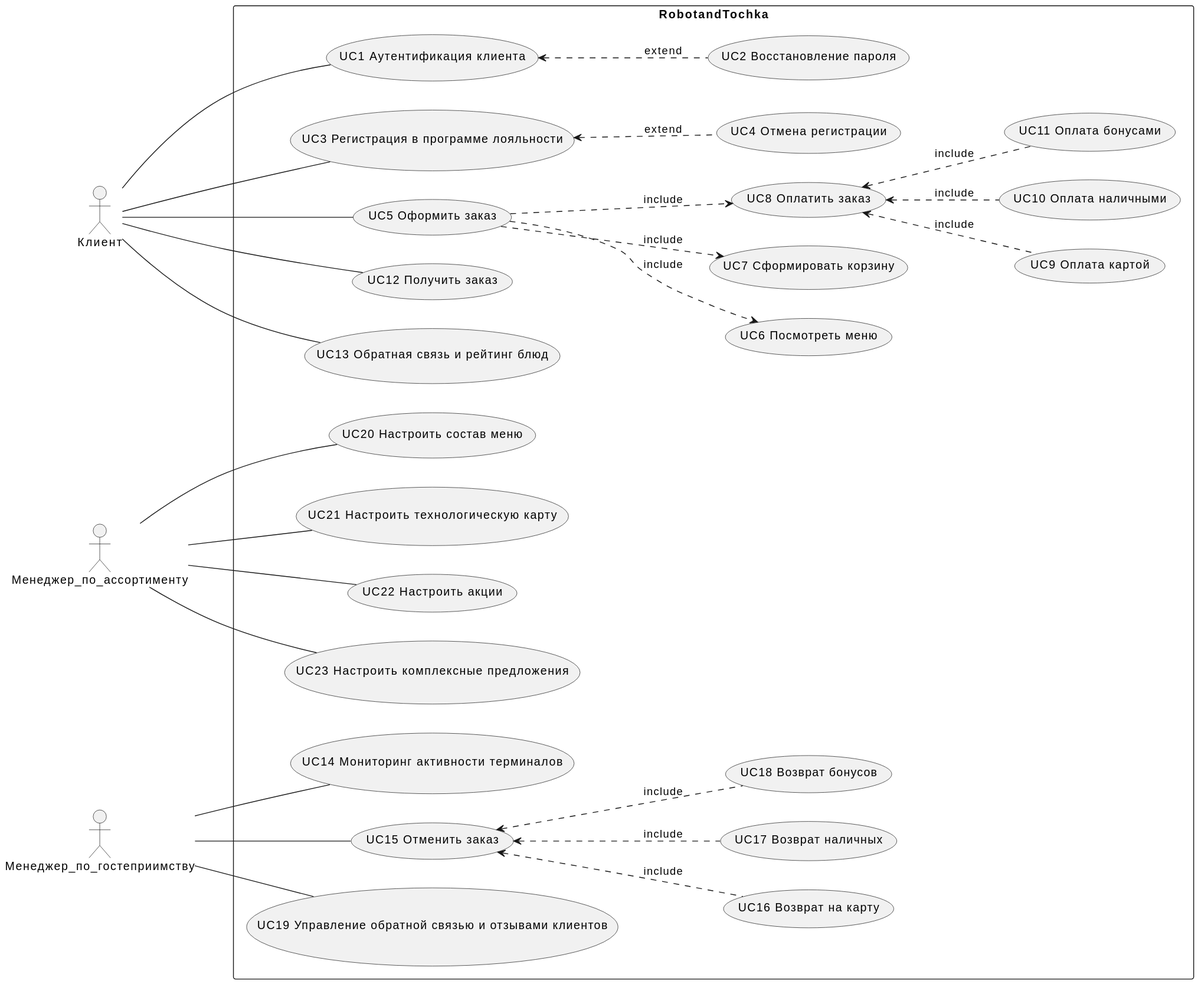
The PlantUML diagram docs/diagrams/include/UC.svg in xxx996/OTUS_Restaraunt, before a commit.
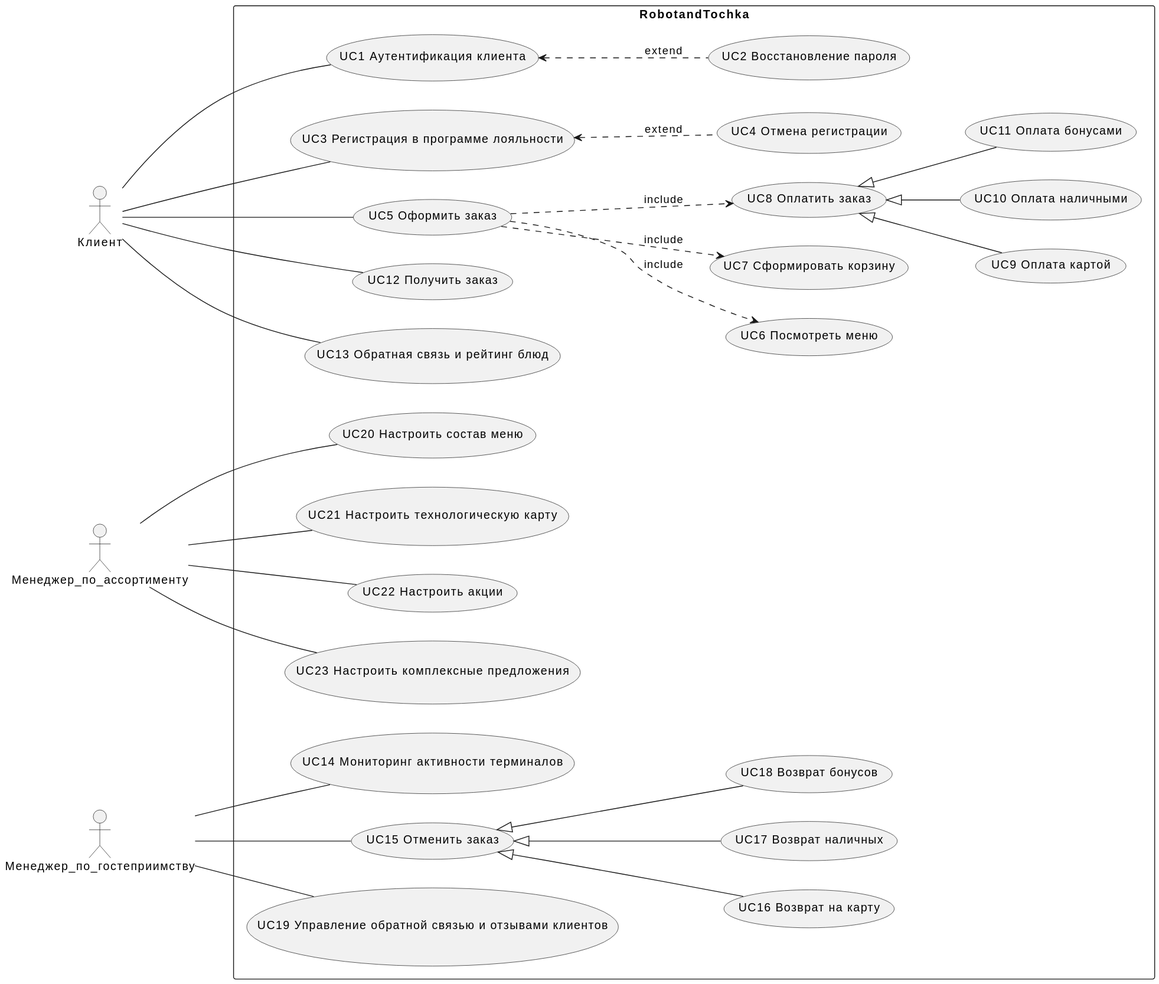
Above is the later version.

Diff of the diagram source:
```diff
@@ -50,9 +50,9 @@
 UC5 ..> UC6:  include
 UC5 ..> UC7:  include
 UC5 ..> UC8:  include
-UC8 <.. UC9: include
-UC8 <.. UC10:  include
-UC8 <.. UC11: include
+UC8 <|-- UC9
+UC8 <|-- UC10
+UC8 <|-- UC11
 
 
 
@@ -63,9 +63,9 @@
 hosp -- UC19
 
 
-UC15 <.. UC16: include
-UC15 <.. UC17: include
-UC15 <.. UC18: include
+UC15 <|-- UC16
+UC15 <|-- UC17
+UC15 <|-- UC18
 
 
 
```
